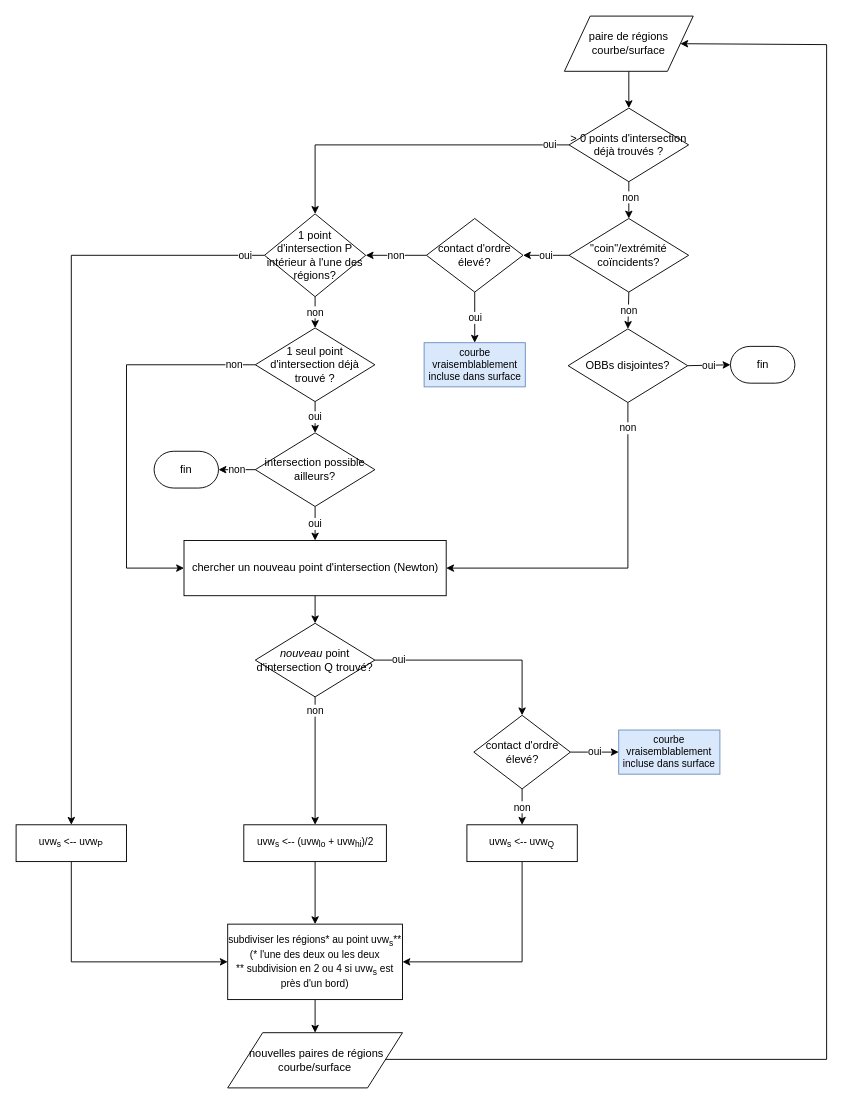
This is page "intersect_curve_surface" (8 of 8) of mindmap.drawio from BastienAndrieu/These, a draw.io file, before an edit. Source tidied: cells renumbered, new cells numbered last; positions are measured from the earlier drawing's top-left corner, leaving out a move shared by most shapes. Both pictures are drawn from the tidied source at 92%, with x=0, y=0 at pixel (16, 16).
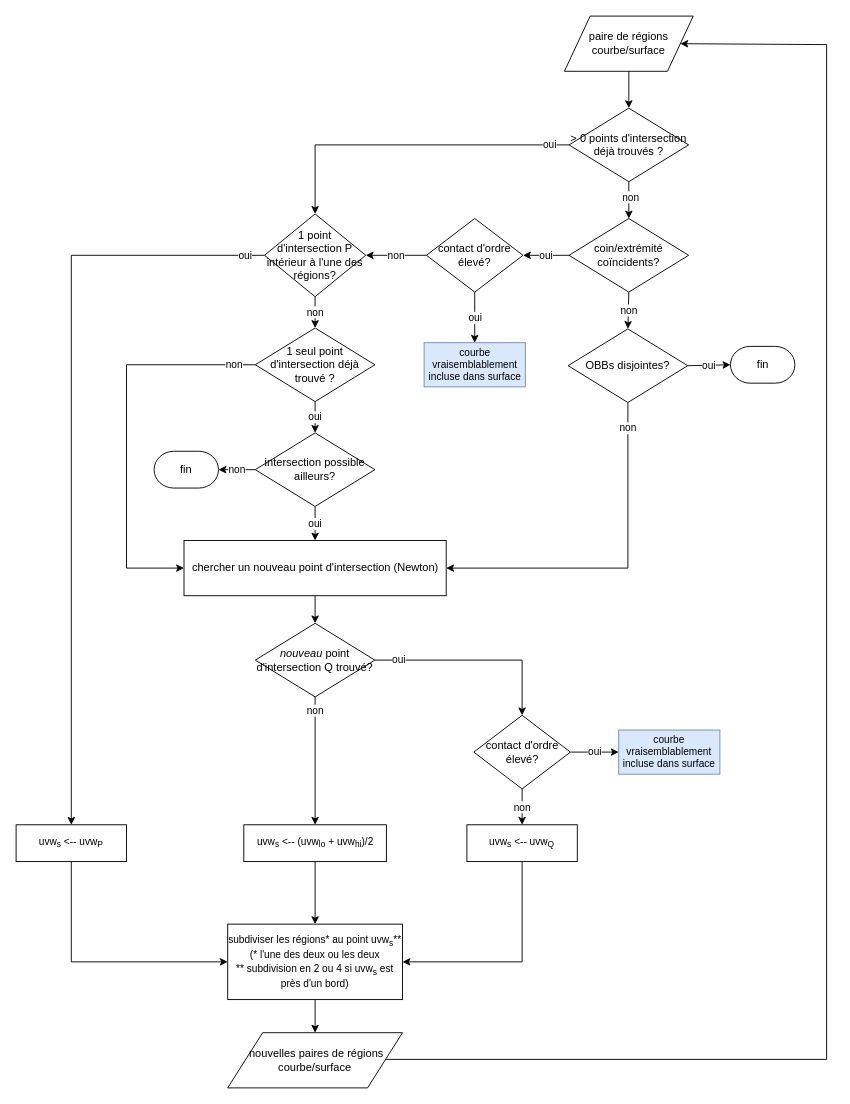
The same diagram, later.

The edit, as a diff of the source:
```diff
@@
-    <mxCell id="18" value="&quot;coin&quot;/extrémité coïncidents?" style="rhombus;whiteSpace=wrap;html=1;strokeWidth=1;fontSize=12;align=center;" parent="1" vertex="1">
+    <mxCell id="18" value="coin/extrémité coïncidents?" style="rhombus;whiteSpace=wrap;html=1;strokeWidth=1;fontSize=12;align=center;" parent="1" vertex="1">
       <mxGeometry x="601" y="220" width="130" height="80" as="geometry" />
     </mxCell>
```
